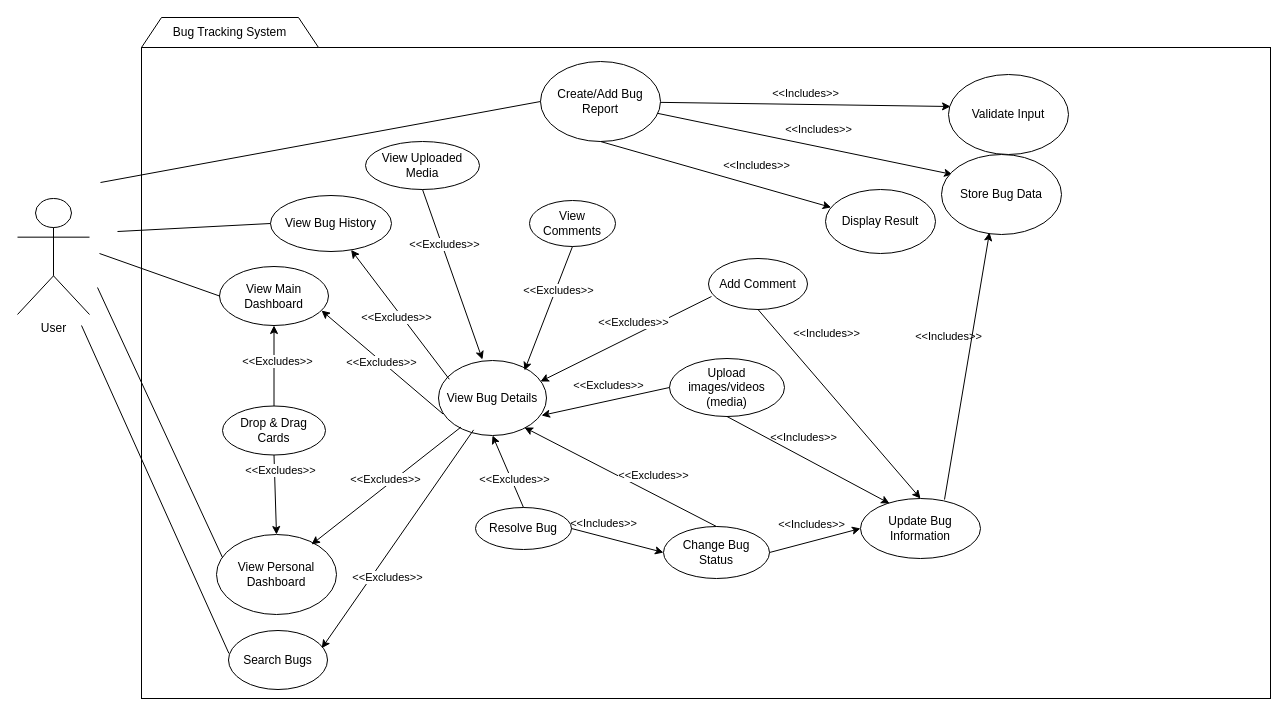
Above: UML-Diagrams/Use-Case-Diagram.drawio in ConradCJM/Bug-Terra (draw.io), before the change. Source tidied: cells renumbered, new cells numbered last; positions are measured from the earlier drawing's top-left corner, leaving out a move shared by most shapes. Both pictures are drawn from the tidied source at 100%, with x=0, y=0 at pixel (17, 17).
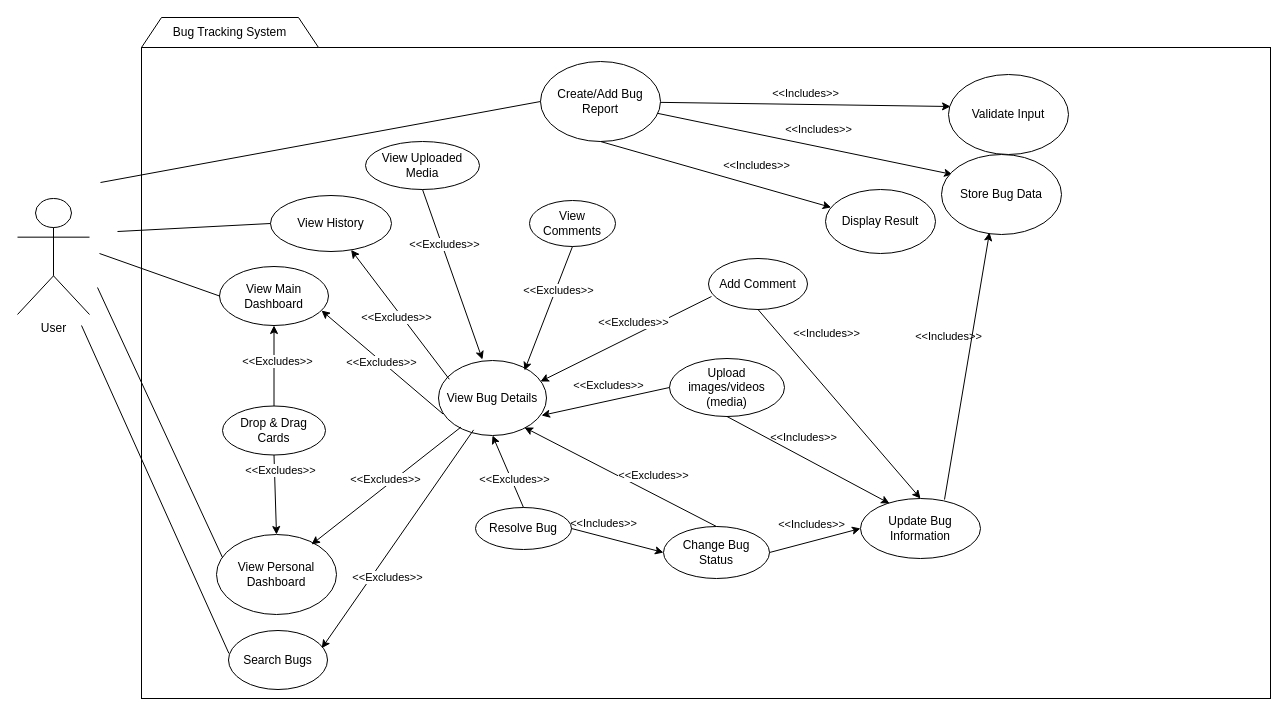
Above is the later version.

Diff of the diagram source:
```diff
@@
-    <mxCell id="23" value="View Bug History" style="ellipse;whiteSpace=wrap;html=1;" parent="1" vertex="1">
+    <mxCell id="23" value="View History" style="ellipse;whiteSpace=wrap;html=1;" parent="1" vertex="1">
       <mxGeometry x="253" y="178" width="121" height="56" as="geometry" />
     </mxCell>
```
